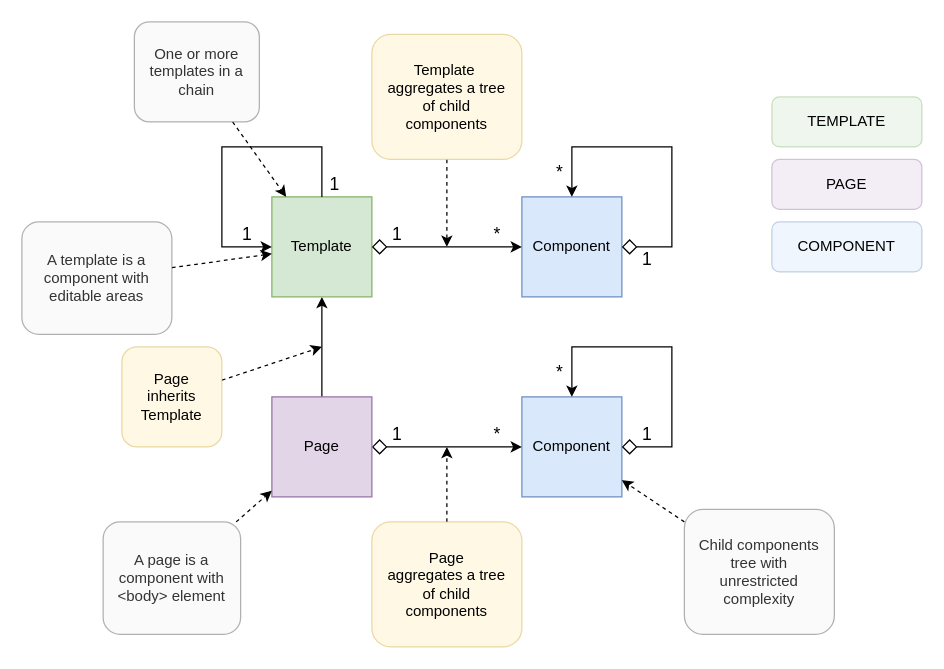
This is page "Components Overview" (1 of 16) of doc/model/diagrams.drawio from js-lib-com/wood, a draw.io file, before an edit. Source tidied: cells renumbered, new cells numbered last; positions are measured from the earlier drawing's top-left corner, leaving out a move shared by most shapes. Both pictures are drawn from the tidied source at 125%, with x=0, y=0 at pixel (21, 21).
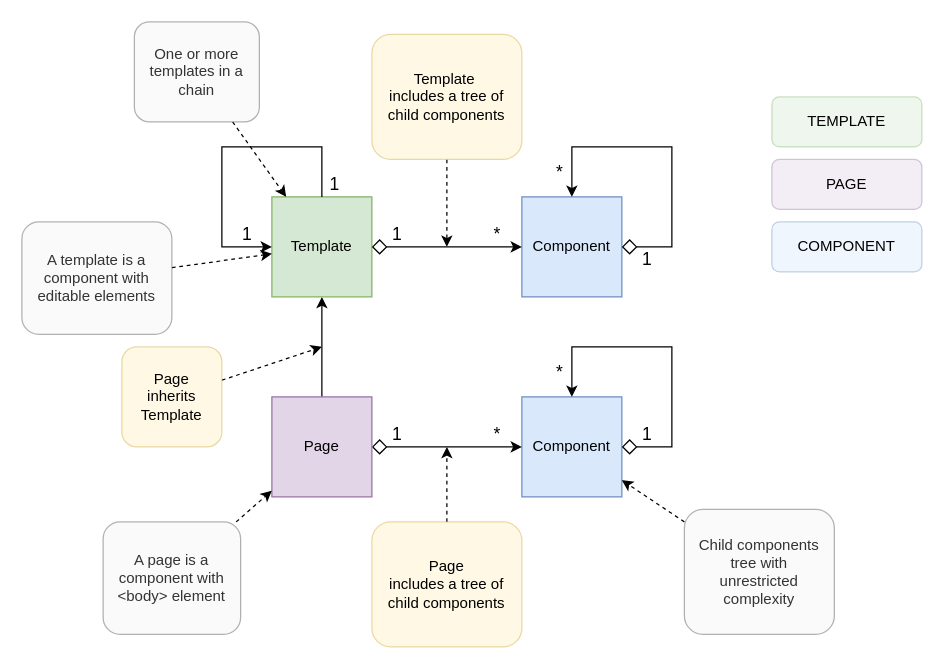
The same page after the edit.

The edit, as a diff of the source:
```diff
@@
-    <mxCell id="30" value="Page &lt;br&gt;aggregates a tree of child components" style="rounded=1;whiteSpace=wrap;html=1;opacity=50;fillColor=#fff2cc;strokeColor=#d6b656;spacingLeft=10;spacingRight=10;" parent="1" vertex="1">
+    <mxCell id="30" value="Page &lt;br&gt;includes a tree of child components" style="rounded=1;whiteSpace=wrap;html=1;opacity=50;fillColor=#fff2cc;strokeColor=#d6b656;spacingLeft=10;spacingRight=10;" parent="1" vertex="1">
       <mxGeometry x="280" y="400" width="120" height="100" as="geometry" />
     </mxCell>
@@
-    <mxCell id="34" value="Template&amp;nbsp;&lt;br&gt;aggregates a tree of child components" style="rounded=1;whiteSpace=wrap;html=1;opacity=50;fillColor=#fff2cc;strokeColor=#d6b656;spacingLeft=10;spacingRight=10;" parent="1" vertex="1">
+    <mxCell id="34" value="Template&amp;nbsp;&lt;br&gt;includes a tree of child components" style="rounded=1;whiteSpace=wrap;html=1;opacity=50;fillColor=#fff2cc;strokeColor=#d6b656;spacingLeft=10;spacingRight=10;" parent="1" vertex="1">
       <mxGeometry x="280" y="10" width="120" height="100" as="geometry" />
     </mxCell>
@@
-    <mxCell id="36" value="A template is a component with editable areas" style="rounded=1;whiteSpace=wrap;html=1;opacity=50;fillColor=#f5f5f5;strokeColor=#666666;fontColor=#333333;spacingLeft=10;spacingRight=10;" parent="1" vertex="1">
+    <mxCell id="36" value="A template is a component with editable elements" style="rounded=1;whiteSpace=wrap;html=1;opacity=50;fillColor=#f5f5f5;strokeColor=#666666;fontColor=#333333;spacingLeft=10;spacingRight=10;" parent="1" vertex="1">
       <mxGeometry y="160" width="120" height="90" as="geometry" />
     </mxCell>
```
